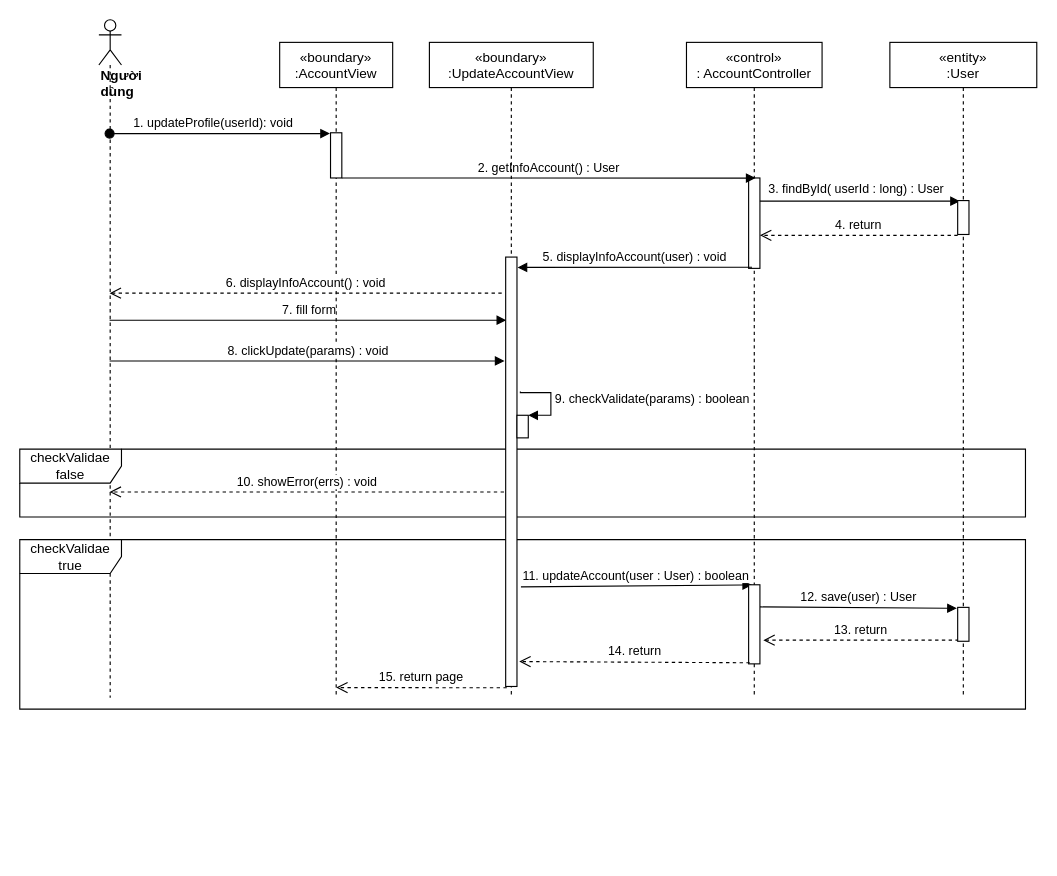
Above: sequence diagram/updateInfoAccount.drawio in nguyenphamvan/datn_20202 (draw.io), before the change. Source tidied: cells renumbered, new cells numbered last; positions are measured from the earlier drawing's top-left corner, leaving out a move shared by most shapes. Both pictures are drawn from the tidied source at 113%, with x=0, y=0 at pixel (19, 19).
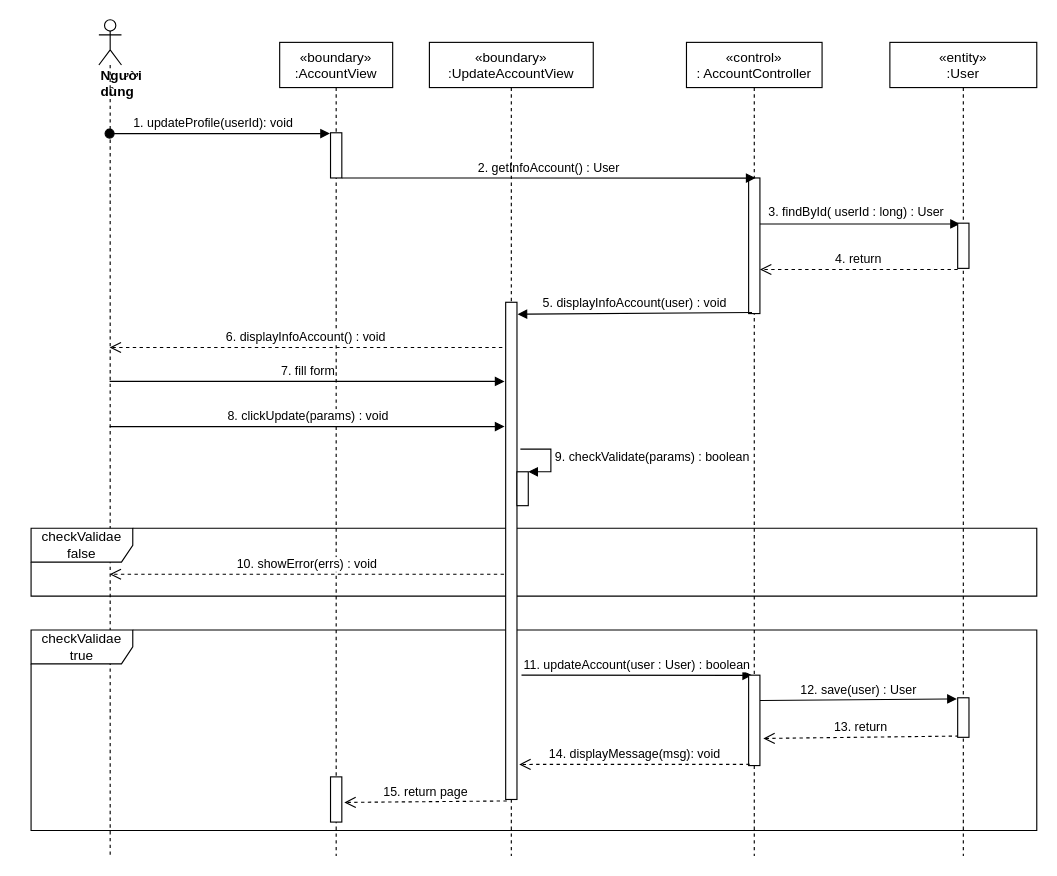
The same page after the edit.

Diff of the diagram source:
```diff
@@
     <mxCell id="2" value="«boundary»&#10;:AccountView" style="shape=umlLifeline;perimeter=lifelinePerimeter;rounded=0;shadow=0;strokeWidth=1;" parent="1" vertex="1">
-      <mxGeometry x="230" y="20" width="100" height="580" as="geometry" />
+      <mxGeometry x="230" y="20" width="100" height="720" as="geometry" />
     </mxCell>
@@
     <mxCell id="4" value="«control»&#10;: AccountController" style="shape=umlLifeline;perimeter=lifelinePerimeter;rounded=0;shadow=0;strokeWidth=1;" parent="1" vertex="1">
-      <mxGeometry x="590" y="20" width="120" height="580" as="geometry" />
+      <mxGeometry x="590" y="20" width="120" height="720" as="geometry" />
     </mxCell>
     <mxCell id="5" style="points=[];perimeter=orthogonalPerimeter;rounded=0;shadow=0;strokeWidth=1;" parent="4" vertex="1">
-      <mxGeometry x="55" y="120" width="10" height="80" as="geometry" />
+      <mxGeometry x="55" y="120" width="10" height="120" as="geometry" />
     </mxCell>
     <mxCell id="6" value="&lt;div&gt;&lt;b&gt;Người dùng&lt;/b&gt;&lt;/div&gt;" style="shape=umlLifeline;participant=umlActor;perimeter=lifelinePerimeter;whiteSpace=wrap;html=1;verticalAlign=top;spacingTop=36;outlineConnect=0;align=left;" parent="1" vertex="1">
-      <mxGeometry x="70" width="20" height="600" as="geometry" />
+      <mxGeometry x="70" width="20" height="740" as="geometry" />
     </mxCell>
@@
     <mxCell id="12" value="«entity»&#10;:User" style="shape=umlLifeline;perimeter=lifelinePerimeter;rounded=0;shadow=0;strokeWidth=1;" parent="1" vertex="1">
-      <mxGeometry x="770" y="20" width="130" height="580" as="geometry" />
+      <mxGeometry x="770" y="20" width="130" height="720" as="geometry" />
     </mxCell>
-    <mxCell id="13" value="7. fill form" style="html=1;verticalAlign=bottom;endArrow=block;entryX=0.05;entryY=0.147;entryDx=0;entryDy=0;entryPerimeter=0;" parent="1" edge="1" source="6" target="28">
-      <mxGeometry relative="1" as="geometry" />
+    <mxCell id="13" value="7. fill form" style="html=1;verticalAlign=bottom;endArrow=block;" parent="1" edge="1" source="6">
+      <mxGeometry relative="1" as="geometry">
+        <mxPoint x="429" y="320" as="targetPoint" />
+      </mxGeometry>
     </mxCell>
-    <mxCell id="14" value="11. updateAccount(user : User) : boolean" style="html=1;verticalAlign=bottom;endArrow=block;entryX=0.307;entryY=0.002;entryDx=0;entryDy=0;entryPerimeter=0;exitX=1.35;exitY=0.768;exitDx=0;exitDy=0;exitPerimeter=0;" parent="1" edge="1" source="28" target="22">
-      <mxGeometry relative="1" as="geometry" />
+    <mxCell id="14" value="11. updateAccount(user : User) : boolean" style="html=1;verticalAlign=bottom;endArrow=block;entryX=0.307;entryY=0.002;entryDx=0;entryDy=0;entryPerimeter=0;" parent="1" edge="1" target="22">
+      <mxGeometry relative="1" as="geometry">
+        <mxPoint x="444" y="580" as="sourcePoint" />
+      </mxGeometry>
     </mxCell>
@@
     <mxCell id="17" style="html=1;points=[];perimeter=orthogonalPerimeter;" parent="1" vertex="1">
-      <mxGeometry x="830" y="160" width="10" height="30" as="geometry" />
+      <mxGeometry x="830" y="180" width="10" height="40" as="geometry" />
     </mxCell>
-    <mxCell id="18" value="8. clickUpdate(params) : void" style="html=1;verticalAlign=bottom;endArrow=block;entryX=-0.1;entryY=0.242;entryDx=0;entryDy=0;entryPerimeter=0;" parent="1" edge="1" source="6" target="28">
-      <mxGeometry relative="1" as="geometry" />
+    <mxCell id="18" value="8. clickUpdate(params) : void" style="html=1;verticalAlign=bottom;endArrow=block;" parent="1" edge="1" source="6">
+      <mxGeometry relative="1" as="geometry">
+        <mxPoint x="429" y="360" as="targetPoint" />
+      </mxGeometry>
     </mxCell>
@@
     <mxCell id="20" value="checkValidae false" style="shape=umlFrame;whiteSpace=wrap;html=1;width=90;height=30;" parent="1" vertex="1">
-      <mxGeometry y="380" width="890" height="60" as="geometry" />
+      <mxGeometry x="10" y="450" width="890" height="60" as="geometry" />
     </mxCell>
     <mxCell id="21" style="points=[];perimeter=orthogonalPerimeter;rounded=0;shadow=0;strokeWidth=1;" parent="1" vertex="1">
-      <mxGeometry x="830" y="520" width="10" height="30" as="geometry" />
+      <mxGeometry x="830" y="600" width="10" height="35" as="geometry" />
     </mxCell>
     <mxCell id="22" style="html=1;points=[];perimeter=orthogonalPerimeter;" parent="1" vertex="1">
-      <mxGeometry x="645" y="500" width="10" height="70" as="geometry" />
+      <mxGeometry x="645" y="580" width="10" height="80" as="geometry" />
     </mxCell>
-    <mxCell id="23" value="15. return page" style="html=1;verticalAlign=bottom;endArrow=open;dashed=1;endSize=8;exitX=0.1;exitY=1.003;exitDx=0;exitDy=0;exitPerimeter=0;" parent="1" edge="1" source="28">
-      <mxGeometry relative="1" as="geometry">
-        <mxPoint x="280" y="591" as="targetPoint" />
-      </mxGeometry>
+    <mxCell id="23" value="15. return page" style="html=1;verticalAlign=bottom;endArrow=open;dashed=1;endSize=8;exitX=0.1;exitY=1.003;exitDx=0;exitDy=0;exitPerimeter=0;entryX=1.22;entryY=0.565;entryDx=0;entryDy=0;entryPerimeter=0;" parent="1" edge="1" source="28" target="32">
+      <mxGeometry relative="1" as="geometry" />
     </mxCell>
-    <mxCell id="24" value="14. return" style="html=1;verticalAlign=bottom;endArrow=open;dashed=1;endSize=8;exitX=0.1;exitY=0.986;exitDx=0;exitDy=0;exitPerimeter=0;entryX=1.2;entryY=0.942;entryDx=0;entryDy=0;entryPerimeter=0;" parent="1" edge="1" source="22" target="28">
-      <mxGeometry relative="1" as="geometry" />
+    <mxCell id="24" value="14. displayMessage(msg): void" style="html=1;verticalAlign=bottom;endArrow=open;dashed=1;endSize=8;exitX=0.1;exitY=0.986;exitDx=0;exitDy=0;exitPerimeter=0;" parent="1" edge="1" source="22">
+      <mxGeometry relative="1" as="geometry">
+        <mxPoint x="442" y="659" as="targetPoint" />
+      </mxGeometry>
     </mxCell>
-    <mxCell id="25" value="6. displayInfoAccount() : void" style="html=1;verticalAlign=bottom;endArrow=open;dashed=1;endSize=8;exitX=-0.35;exitY=0.084;exitDx=0;exitDy=0;exitPerimeter=0;" parent="1" edge="1" source="28" target="6">
-      <mxGeometry relative="1" as="geometry" />
+    <mxCell id="25" value="6. displayInfoAccount() : void" style="html=1;verticalAlign=bottom;endArrow=open;dashed=1;endSize=8;" parent="1" edge="1" target="6">
+      <mxGeometry relative="1" as="geometry">
+        <mxPoint x="427" y="290" as="sourcePoint" />
+      </mxGeometry>
     </mxCell>
     <mxCell id="26" value="checkValidae true" style="shape=umlFrame;whiteSpace=wrap;html=1;width=90;height=30;" parent="1" vertex="1">
-      <mxGeometry y="460" width="890" height="150" as="geometry" />
+      <mxGeometry x="10" y="540" width="890" height="177.5" as="geometry" />
     </mxCell>
     <mxCell id="27" value="«boundary»&#10;:UpdateAccountView" style="shape=umlLifeline;perimeter=lifelinePerimeter;rounded=0;shadow=0;strokeWidth=1;" parent="1" vertex="1">
-      <mxGeometry x="362.5" y="20" width="145" height="580" as="geometry" />
+      <mxGeometry x="362.5" y="20" width="145" height="720" as="geometry" />
     </mxCell>
     <mxCell id="28" style="html=1;points=[];perimeter=orthogonalPerimeter;" parent="27" vertex="1">
-      <mxGeometry x="67.5" y="190" width="10" height="380" as="geometry" />
+      <mxGeometry x="67.5" y="230" width="10" height="440" as="geometry" />
     </mxCell>
-    <mxCell id="29" value="5. displayInfoAccount(user) : void" style="html=1;verticalAlign=bottom;endArrow=block;exitX=0.3;exitY=0.988;exitDx=0;exitDy=0;exitPerimeter=0;entryX=1.05;entryY=0.024;entryDx=0;entryDy=0;entryPerimeter=0;" parent="1" edge="1" source="5" target="28">
-      <mxGeometry relative="1" as="geometry" />
+    <mxCell id="29" value="5. displayInfoAccount(user) : void" style="html=1;verticalAlign=bottom;endArrow=block;entryX=1.05;entryY=0.024;entryDx=0;entryDy=0;entryPerimeter=0;" parent="1" edge="1" target="28">
+      <mxGeometry relative="1" as="geometry">
+        <mxPoint x="648" y="259" as="sourcePoint" />
+      </mxGeometry>
     </mxCell>
     <mxCell id="30" style="html=1;points=[];perimeter=orthogonalPerimeter;" parent="1" vertex="1">
-      <mxGeometry x="440" y="350" width="10" height="20" as="geometry" />
+      <mxGeometry x="440" y="400" width="10" height="30" as="geometry" />
     </mxCell>
-    <mxCell id="31" value="9. checkValidate(params) : boolean" style="edgeStyle=orthogonalEdgeStyle;html=1;align=left;spacingLeft=2;endArrow=block;rounded=0;entryX=1;entryY=0;exitX=1.3;exitY=0.313;exitDx=0;exitDy=0;exitPerimeter=0;" parent="1" edge="1" source="28" target="30">
+    <mxCell id="31" value="9. checkValidate(params) : boolean" style="edgeStyle=orthogonalEdgeStyle;html=1;align=left;spacingLeft=2;endArrow=block;rounded=0;entryX=1;entryY=0;" parent="1" edge="1" target="30">
       <mxGeometry relative="1" as="geometry">
+        <mxPoint x="443" y="380" as="sourcePoint" />
         <Array as="points">
-          <mxPoint x="443" y="330" />
-          <mxPoint x="470" y="330" />
-          <mxPoint x="470" y="350" />
+          <mxPoint x="443" y="380" />
+          <mxPoint x="470" y="380" />
+          <mxPoint x="470" y="400" />
         </Array>
       </mxGeometry>
     </mxCell>
+    <mxCell id="32" style="html=1;points=[];perimeter=orthogonalPerimeter;" parent="1" vertex="1">
+      <mxGeometry x="275" y="670" width="10" height="40" as="geometry" />
+    </mxCell>
```
